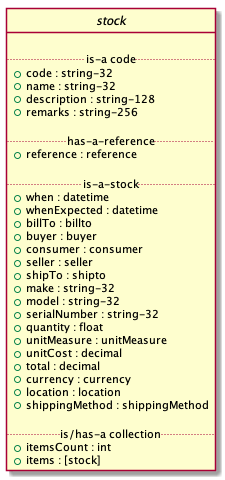
Earlier version of the PlantUML export images/stock-class-diagram.puml.png (EciStg/order-placement).
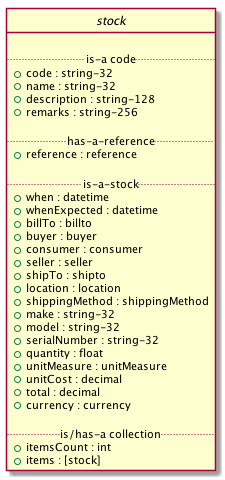
The same file after the commit.

Commit message:
stock, order : regenerated images

The edit, as a diff of the source:
```diff
@@ -20,6 +20,8 @@
 {field} + consumer : consumer
 {field} + seller : seller
 {field} + shipTo : shipto
+{field} + location : location
+{field} + shippingMethod : shippingMethod
 {field} + make : string-32
 {field} + model : string-32
 {field} + serialNumber : string-32
@@ -28,8 +30,6 @@
 {field} + unitCost : decimal
 {field} + total : decimal
 {field} + currency : currency
-{field} + location : location
-{field} + shippingMethod : shippingMethod
 
 .. is/has-a collection ..
 {field} + itemsCount : int
```
